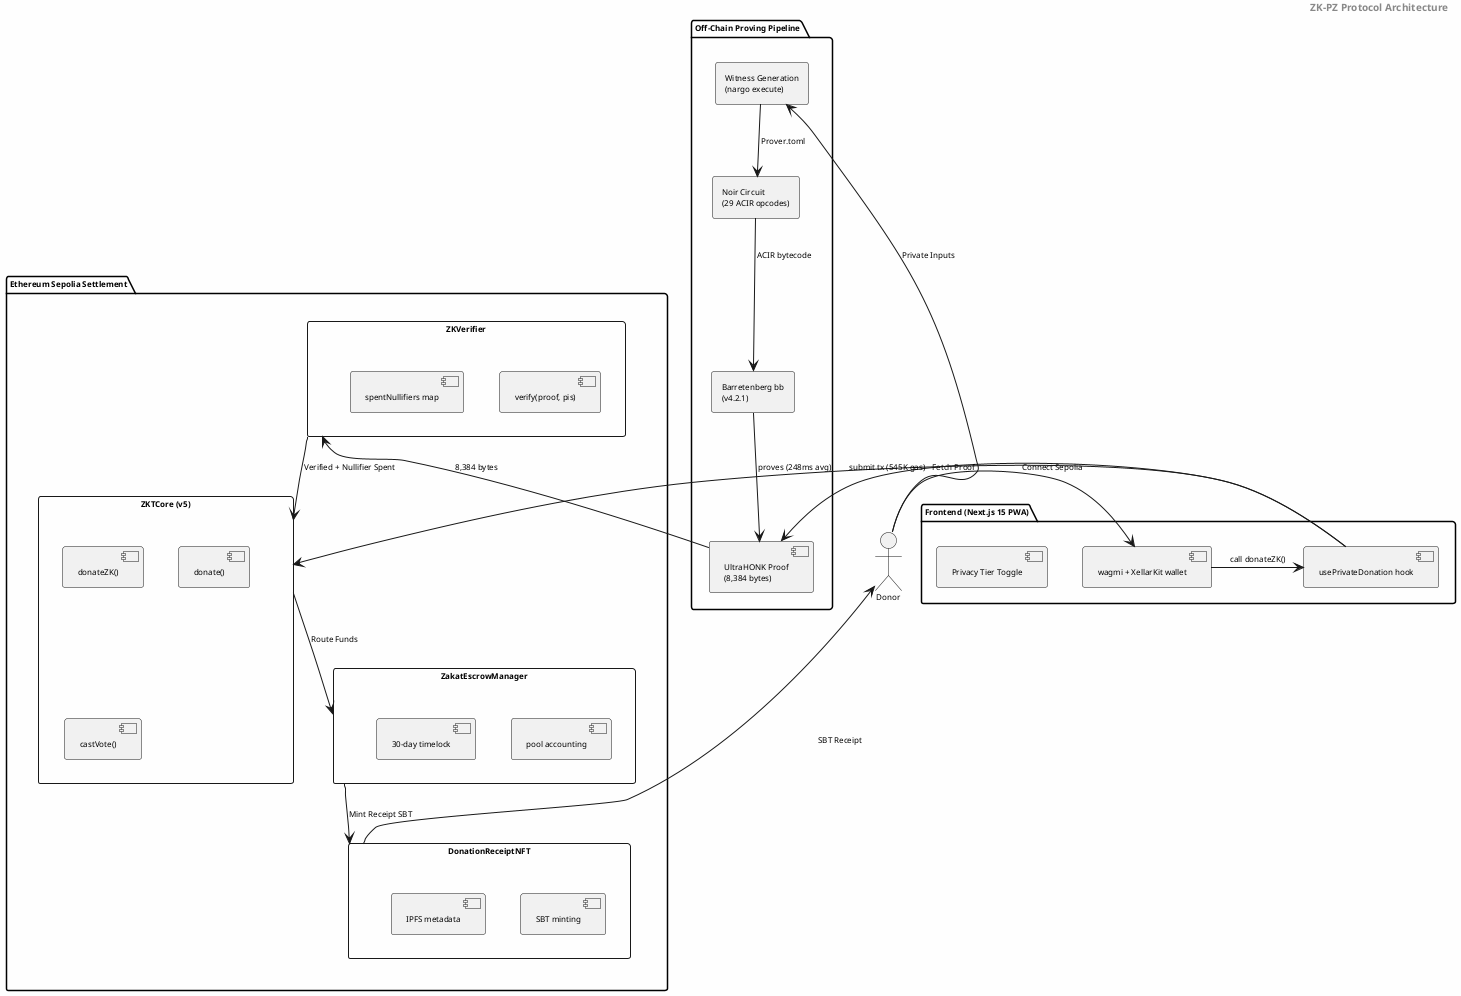
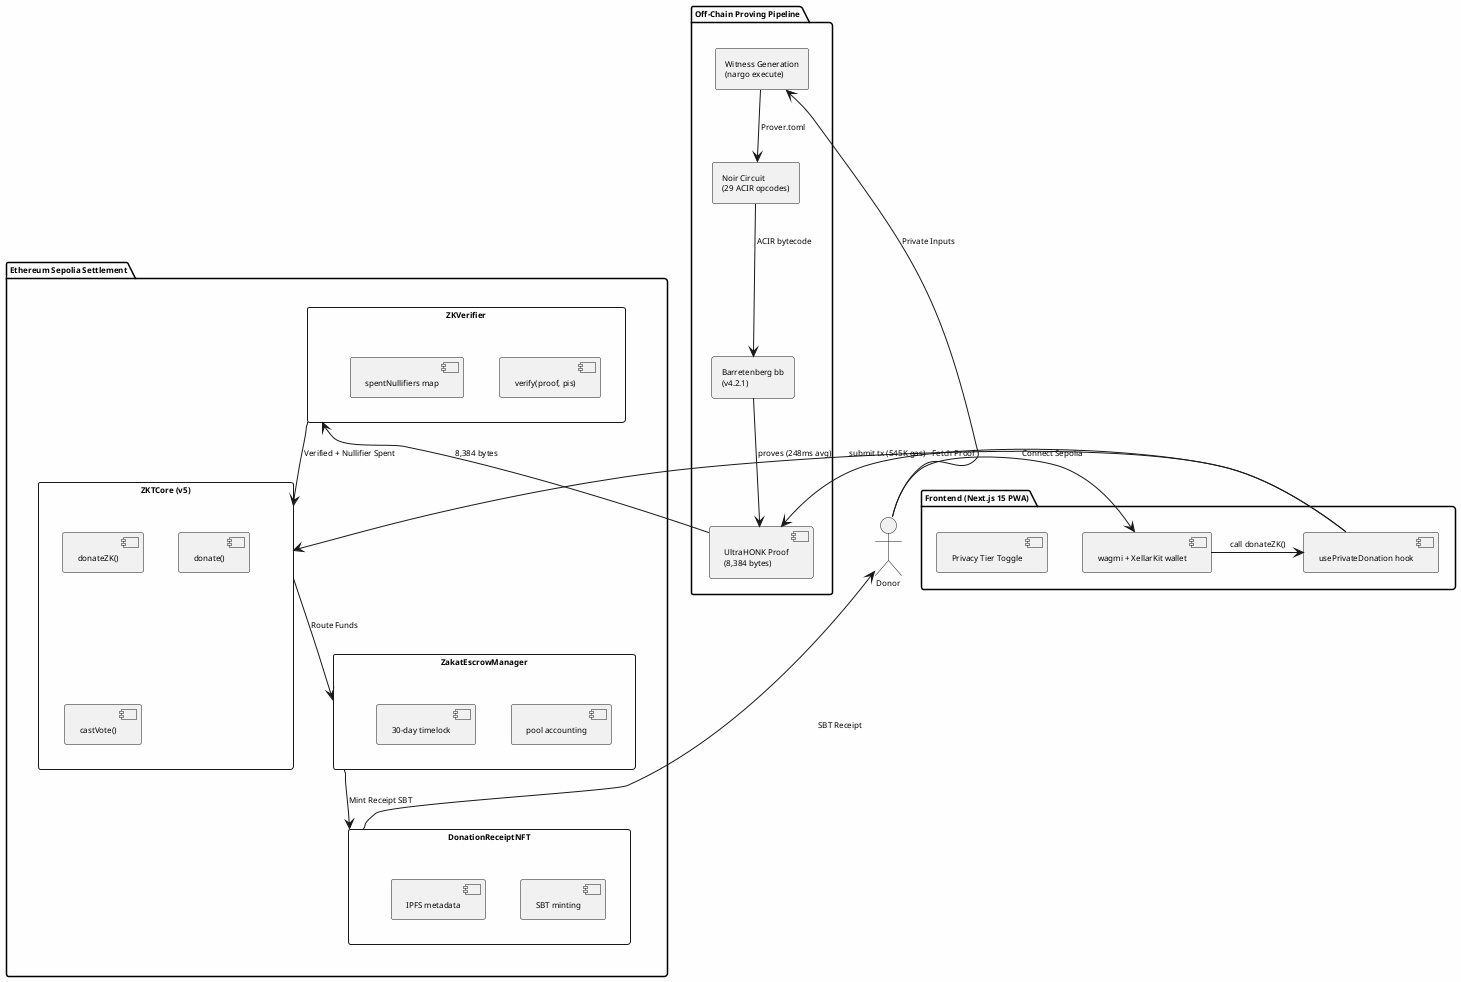
@startuml
skinparam backgroundColor #FEFEFE
skinparam shadowing false
skinparam defaultFontName Arial
skinparam defaultFontSize 8
skinparam packagePadding 2
skinparam nodePadding 2

- header <b>ZK-PZ Protocol Architecture</b>

actor Donor

package "Off-Chain Proving Pipeline" {
  rectangle "Noir Circuit\n(29 ACIR opcodes)" as Circuit
  rectangle "Barretenberg bb\n(v4.2.1)" as BB
  rectangle "Witness Generation\n(nargo execute)" as Witness
  component "UltraHONK Proof\n(8,384 bytes)" as Proof
}

package "Ethereum Sepolia Settlement" {
  rectangle "ZKVerifier" as Verifier {
    component "verify(proof, pis)"
    component "spentNullifiers map"
  }
  rectangle "ZKTCore (v5)" as Core {
    component "donateZK()"
    component "donate()"
    component "castVote()"
  }
  rectangle "ZakatEscrowManager" as Escrow {
    component "pool accounting"
    component "30-day timelock"
  }
  rectangle "DonationReceiptNFT" as NFT {
    component "SBT minting"
    component "IPFS metadata"
  }
}

package "Frontend (Next.js 15 PWA)" as FE {
  component "usePrivateDonation hook" as Hook
  component "Privacy Tier Toggle" as Toggle
  component "wagmi + XellarKit wallet" as Wallet
}

Donor --> Witness : Private Inputs
Witness --> Circuit : Prover.toml
Circuit --> BB : ACIR bytecode
BB --> Proof : proves (248ms avg)
Proof --> Verifier : 8,384 bytes
Verifier --> Core : Verified + Nullifier Spent
Core --> Escrow : Route Funds
Escrow --> NFT : Mint Receipt SBT
NFT --> Donor : SBT Receipt

Donor -> Wallet : Connect Sepolia
Wallet -> Hook : call donateZK()
Hook -> Proof : Fetch Proof
Hook -> Core : submit tx (545K gas)

@enduml
